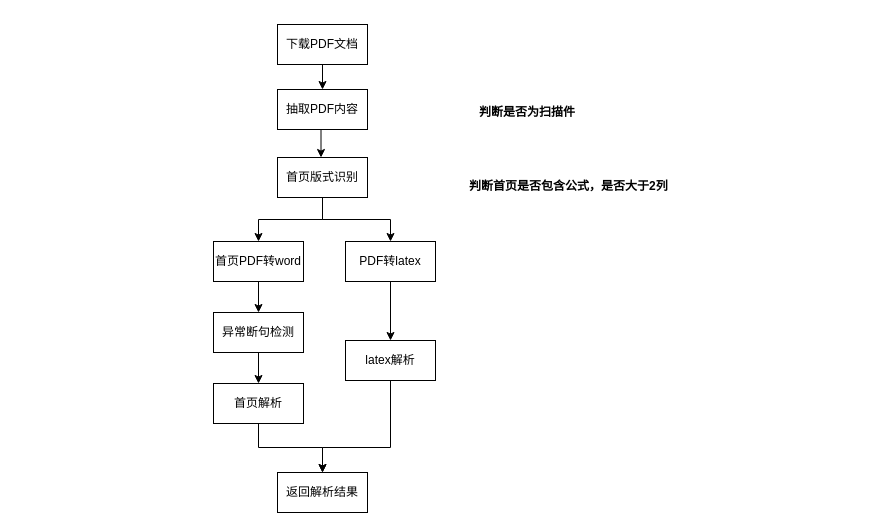
Above: parse_pdf_article.drawio in hgdhot/draw (draw.io), before the change. Source tidied: cells renumbered, new cells numbered last; positions are measured from the earlier drawing's top-left corner, leaving out a move shared by most shapes. Both pictures are drawn from the tidied source at 100%, with x=0, y=0 at pixel (213, 24).
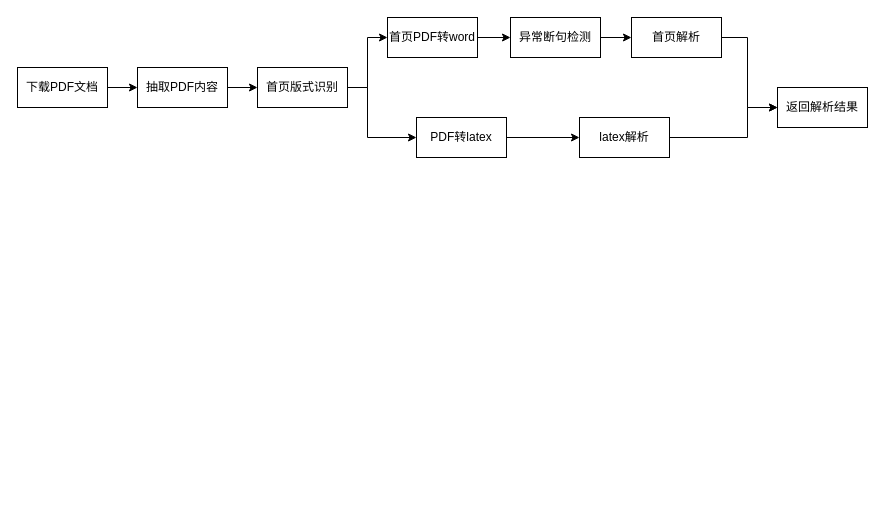
The same diagram, later.

Change to the diagram source:
```diff
@@
     <mxCell id="3" value="下载PDF文档" style="rounded=0;whiteSpace=wrap;html=1;" parent="1" vertex="1">
-      <mxGeometry x="64" width="90" height="40" as="geometry" />
+      <mxGeometry x="-196" y="43" width="90" height="40" as="geometry" />
     </mxCell>
-    <mxCell id="4" style="edgeStyle=orthogonalEdgeStyle;rounded=0;jettySize=auto;html=1;exitX=0.5;exitY=1;exitDx=0;exitDy=0;entryX=0.5;entryY=0;entryDx=0;entryDy=0;" parent="1" edge="1" source="5">
-      <mxGeometry relative="1" as="geometry">
-        <mxPoint x="107.5" y="133" as="targetPoint" />
-      </mxGeometry>
-    </mxCell>
+    <mxCell id="22" style="edgeStyle=orthogonalEdgeStyle;rounded=0;jettySize=auto;html=1;exitX=1;exitY=0.5;exitDx=0;exitDy=0;entryX=0;entryY=0.5;entryDx=0;entryDy=0;" parent="1" edge="1" source="5" target="8">
+      <mxGeometry relative="1" as="geometry" />
+    </mxCell>
     <mxCell id="5" value="抽取PDF内容" style="rounded=0;whiteSpace=wrap;html=1;" parent="1" vertex="1">
-      <mxGeometry x="64" y="65" width="90" height="40" as="geometry" />
+      <mxGeometry x="-76" y="43" width="90" height="40" as="geometry" />
     </mxCell>
-    <mxCell id="6" style="edgeStyle=orthogonalEdgeStyle;rounded=0;jettySize=auto;html=1;entryX=0.5;entryY=0;entryDx=0;entryDy=0;" parent="1" edge="1" source="8" target="10">
+    <mxCell id="6" style="edgeStyle=orthogonalEdgeStyle;rounded=0;jettySize=auto;html=1;exitX=1;exitY=0.5;exitDx=0;exitDy=0;entryX=0;entryY=0.5;entryDx=0;entryDy=0;" parent="1" edge="1" source="8" target="10">
       <mxGeometry relative="1" as="geometry" />
     </mxCell>
-    <mxCell id="7" style="edgeStyle=orthogonalEdgeStyle;rounded=0;jettySize=auto;html=1;exitX=0.5;exitY=1;exitDx=0;exitDy=0;entryX=0.5;entryY=0;entryDx=0;entryDy=0;" parent="1" edge="1" source="8" target="12">
-      <mxGeometry relative="1" as="geometry" />
+    <mxCell id="7" style="edgeStyle=orthogonalEdgeStyle;rounded=0;jettySize=auto;html=1;exitX=1;exitY=0.5;exitDx=0;exitDy=0;entryX=0;entryY=0.5;entryDx=0;entryDy=0;" parent="1" edge="1" source="8" target="12">
+      <mxGeometry relative="1" as="geometry">
+        <Array as="points">
+          <mxPoint x="154" y="63" />
+          <mxPoint x="154" y="113" />
+        </Array>
+      </mxGeometry>
     </mxCell>
     <mxCell id="8" value="首页版式识别" style="rounded=0;whiteSpace=wrap;html=1;" parent="1" vertex="1">
-      <mxGeometry x="64" y="133" width="90" height="40" as="geometry" />
+      <mxGeometry x="44" y="43" width="90" height="40" as="geometry" />
     </mxCell>
-    <mxCell id="9" style="edgeStyle=orthogonalEdgeStyle;rounded=0;jettySize=auto;html=1;exitX=0.5;exitY=1;exitDx=0;exitDy=0;entryX=0.5;entryY=0;entryDx=0;entryDy=0;" parent="1" edge="1" source="10" target="21">
+    <mxCell id="9" style="edgeStyle=orthogonalEdgeStyle;rounded=0;jettySize=auto;html=1;exitX=1;exitY=0.5;exitDx=0;exitDy=0;entryX=0;entryY=0.5;entryDx=0;entryDy=0;" parent="1" edge="1" source="10" target="21">
       <mxGeometry relative="1" as="geometry" />
     </mxCell>
     <mxCell id="10" value="首页PDF转word" style="rounded=0;whiteSpace=wrap;html=1;" parent="1" vertex="1">
-      <mxGeometry y="217" width="90" height="40" as="geometry" />
+      <mxGeometry x="174" y="-7" width="90" height="40" as="geometry" />
     </mxCell>
-    <mxCell id="11" style="edgeStyle=orthogonalEdgeStyle;rounded=0;jettySize=auto;html=1;exitX=0.5;exitY=1;exitDx=0;exitDy=0;entryX=0.5;entryY=0;entryDx=0;entryDy=0;" parent="1" edge="1" source="12" target="18">
+    <mxCell id="11" style="edgeStyle=orthogonalEdgeStyle;rounded=0;jettySize=auto;html=1;exitX=1;exitY=0.5;exitDx=0;exitDy=0;entryX=0;entryY=0.5;entryDx=0;entryDy=0;" parent="1" edge="1" source="12" target="18">
       <mxGeometry relative="1" as="geometry" />
     </mxCell>
     <mxCell id="12" value="PDF转latex" style="rounded=0;whiteSpace=wrap;html=1;" parent="1" vertex="1">
-      <mxGeometry x="132" y="217" width="90" height="40" as="geometry" />
+      <mxGeometry x="203" y="93" width="90" height="40" as="geometry" />
     </mxCell>
-    <mxCell id="13" value="&lt;h1 style=&quot;margin-top: 0px; line-height: 100%;&quot;&gt;&lt;font style=&quot;font-size: 12px;&quot;&gt;判断是否为扫描件&lt;/font&gt;&lt;/h1&gt;" style="text;html=1;whiteSpace=wrap;overflow=hidden;rounded=0;" parent="1" vertex="1">
-      <mxGeometry x="264" y="65" width="230" height="28" as="geometry" />
-    </mxCell>
-    <mxCell id="14" value="&lt;h1 style=&quot;margin-top: 0px; line-height: 100%;&quot;&gt;&lt;font style=&quot;font-size: 12px;&quot;&gt;判断首页是否包含公式，是否大于2列&lt;/font&gt;&lt;/h1&gt;" style="text;html=1;whiteSpace=wrap;overflow=hidden;rounded=0;" parent="1" vertex="1">
-      <mxGeometry x="254" y="139" width="230" height="28" as="geometry" />
-    </mxCell>
-    <mxCell id="15" style="edgeStyle=orthogonalEdgeStyle;rounded=0;jettySize=auto;html=1;exitX=0.5;exitY=1;exitDx=0;exitDy=0;entryX=0.5;entryY=0;entryDx=0;entryDy=0;" parent="1" edge="1" source="16" target="19">
+    <mxCell id="15" style="edgeStyle=orthogonalEdgeStyle;rounded=0;jettySize=auto;html=1;exitX=1;exitY=0.5;exitDx=0;exitDy=0;entryX=0;entryY=0.5;entryDx=0;entryDy=0;" parent="1" edge="1" source="16" target="19">
       <mxGeometry relative="1" as="geometry">
         <Array as="points">
-          <mxPoint x="45" y="423" />
-          <mxPoint x="109" y="423" />
+          <mxPoint x="534" y="13" />
+          <mxPoint x="534" y="83" />
         </Array>
       </mxGeometry>
     </mxCell>
     <mxCell id="16" value="首页解析" style="rounded=0;whiteSpace=wrap;html=1;" parent="1" vertex="1">
-      <mxGeometry y="359" width="90" height="40" as="geometry" />
+      <mxGeometry x="418" y="-7" width="90" height="40" as="geometry" />
     </mxCell>
-    <mxCell id="17" style="edgeStyle=orthogonalEdgeStyle;rounded=0;jettySize=auto;html=1;exitX=0.5;exitY=1;exitDx=0;exitDy=0;" parent="1" edge="1" source="18" target="19">
+    <mxCell id="17" style="edgeStyle=orthogonalEdgeStyle;rounded=0;jettySize=auto;html=1;exitX=1;exitY=0.5;exitDx=0;exitDy=0;entryX=0;entryY=0.5;entryDx=0;entryDy=0;" parent="1" edge="1" source="18" target="19">
       <mxGeometry relative="1" as="geometry">
         <Array as="points">
-          <mxPoint x="177" y="423" />
-          <mxPoint x="109" y="423" />
+          <mxPoint x="534" y="113" />
+          <mxPoint x="534" y="83" />
         </Array>
       </mxGeometry>
     </mxCell>
     <mxCell id="18" value="latex解析" style="rounded=0;whiteSpace=wrap;html=1;" parent="1" vertex="1">
-      <mxGeometry x="132" y="316" width="90" height="40" as="geometry" />
+      <mxGeometry x="366" y="93" width="90" height="40" as="geometry" />
     </mxCell>
     <mxCell id="19" value="返回解析结果" style="rounded=0;whiteSpace=wrap;html=1;" parent="1" vertex="1">
-      <mxGeometry x="64" y="448" width="90" height="40" as="geometry" />
+      <mxGeometry x="564" y="63" width="90" height="40" as="geometry" />
     </mxCell>
-    <mxCell id="20" style="edgeStyle=orthogonalEdgeStyle;rounded=0;jettySize=auto;html=1;exitX=0.5;exitY=1;exitDx=0;exitDy=0;entryX=0.5;entryY=0;entryDx=0;entryDy=0;" parent="1" edge="1" source="21" target="16">
+    <mxCell id="20" style="edgeStyle=orthogonalEdgeStyle;rounded=0;jettySize=auto;html=1;exitX=1;exitY=0.5;exitDx=0;exitDy=0;entryX=0;entryY=0.5;entryDx=0;entryDy=0;" parent="1" edge="1" source="21" target="16">
       <mxGeometry relative="1" as="geometry" />
     </mxCell>
     <mxCell id="21" value="异常断句检测" style="rounded=0;whiteSpace=wrap;html=1;" parent="1" vertex="1">
-      <mxGeometry y="288" width="90" height="40" as="geometry" />
+      <mxGeometry x="297" y="-7" width="90" height="40" as="geometry" />
     </mxCell>
```
